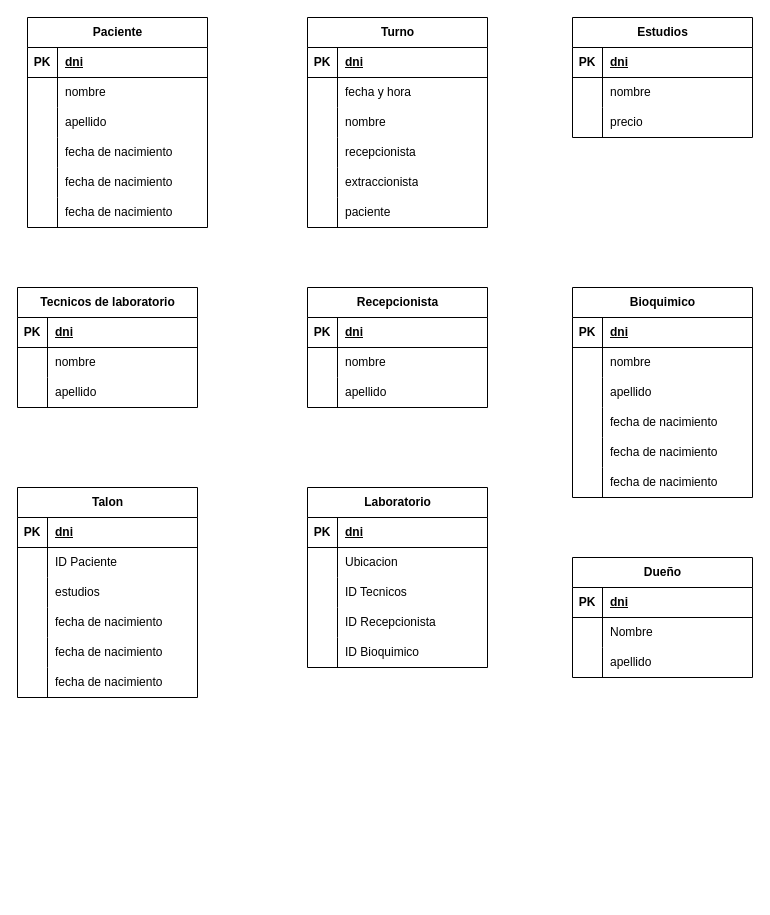
EmanuelRigo/entrega-final-sql-coderhouse keeps this draw.io diagram as Diagrama.drawio. Above is the earlier version. Source tidied: cells renumbered, new cells numbered last; positions are measured from the earlier drawing's top-left corner, leaving out a move shared by most shapes. Both pictures are drawn from the tidied source at 100%, with x=0, y=0 at pixel (17, 17).
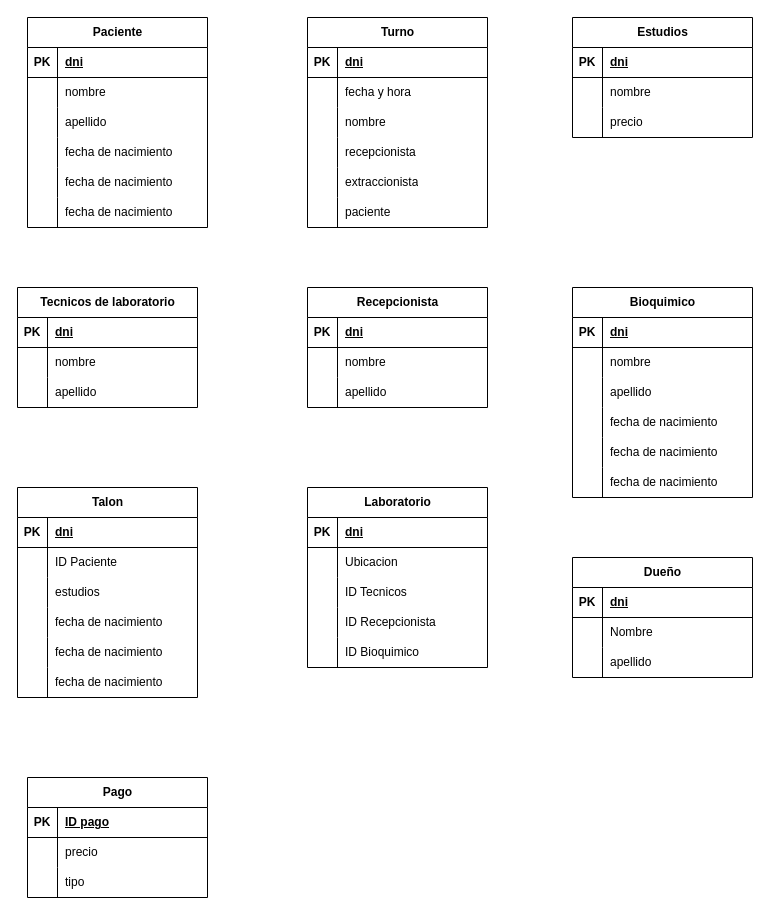
The same diagram, later.

What changed in the source:
```diff
@@
+    <mxCell id="134" value="Pago" style="shape=table;startSize=30;childLayout=tableLayout;rowLines=0;fontStyle=1;align=center;html=1;fontColor=default;labelBackgroundColor=none;labelBorderColor=none;textShadow=0;" parent="1" vertex="1">
+      <mxGeometry x="10" y="760" width="180" height="120" as="geometry" />
+    </mxCell>
+    <mxCell id="135" style="shape=tableRow;horizontal=0;startSize=0;swimlaneHead=0;swimlaneBody=0;fillColor=none;top=0;left=0;right=0;bottom=1;swimlaneLine=1;shadow=0;rounded=0;" parent="134" vertex="1">
+      <mxGeometry y="30" width="180" height="30" as="geometry" />
+    </mxCell>
+    <mxCell id="136" value="PK" style="shape=partialRectangle;fillColor=none;top=0;left=0;bottom=0;right=0;fontStyle=1;overflow=hidden;whiteSpace=wrap;html=1;" parent="135" vertex="1">
+      <mxGeometry width="30" height="30" as="geometry" />
+    </mxCell>
+    <mxCell id="137" value="ID pago" style="shape=partialRectangle;fillColor=none;top=0;left=0;bottom=0;right=0;align=left;spacingLeft=6;fontStyle=5;overflow=hidden;whiteSpace=wrap;html=1;" parent="135" vertex="1">
+      <mxGeometry x="30" width="150" height="30" as="geometry" />
+    </mxCell>
+    <mxCell id="138" style="shape=tableRow;horizontal=0;startSize=0;swimlaneHead=0;swimlaneBody=0;fillColor=none;top=0;left=0;right=0;bottom=0;" parent="134" vertex="1">
+      <mxGeometry y="60" width="180" height="30" as="geometry" />
+    </mxCell>
+    <mxCell id="139" style="shape=partialRectangle;fillColor=none;top=0;left=0;bottom=0;right=0;overflow=hidden;whiteSpace=wrap;html=1;" parent="138" vertex="1">
+      <mxGeometry width="30" height="30" as="geometry" />
+    </mxCell>
+    <mxCell id="140" value="precio" style="shape=partialRectangle;fillColor=none;top=0;left=0;bottom=0;right=0;align=left;spacingLeft=6;overflow=hidden;whiteSpace=wrap;html=1;" parent="138" vertex="1">
+      <mxGeometry x="30" width="150" height="30" as="geometry" />
+    </mxCell>
+    <mxCell id="141" style="shape=tableRow;horizontal=0;startSize=0;swimlaneHead=0;swimlaneBody=0;fillColor=none;top=0;left=0;right=0;bottom=0;" parent="134" vertex="1">
+      <mxGeometry y="90" width="180" height="30" as="geometry" />
+    </mxCell>
+    <mxCell id="142" style="shape=partialRectangle;fillColor=none;top=0;left=0;bottom=0;right=0;overflow=hidden;whiteSpace=wrap;html=1;" parent="141" vertex="1">
+      <mxGeometry width="30" height="30" as="geometry" />
+    </mxCell>
+    <mxCell id="143" value="tipo" style="shape=partialRectangle;fillColor=none;top=0;left=0;bottom=0;right=0;align=left;spacingLeft=6;overflow=hidden;whiteSpace=wrap;html=1;" parent="141" vertex="1">
+      <mxGeometry x="30" width="150" height="30" as="geometry" />
+    </mxCell>
```
